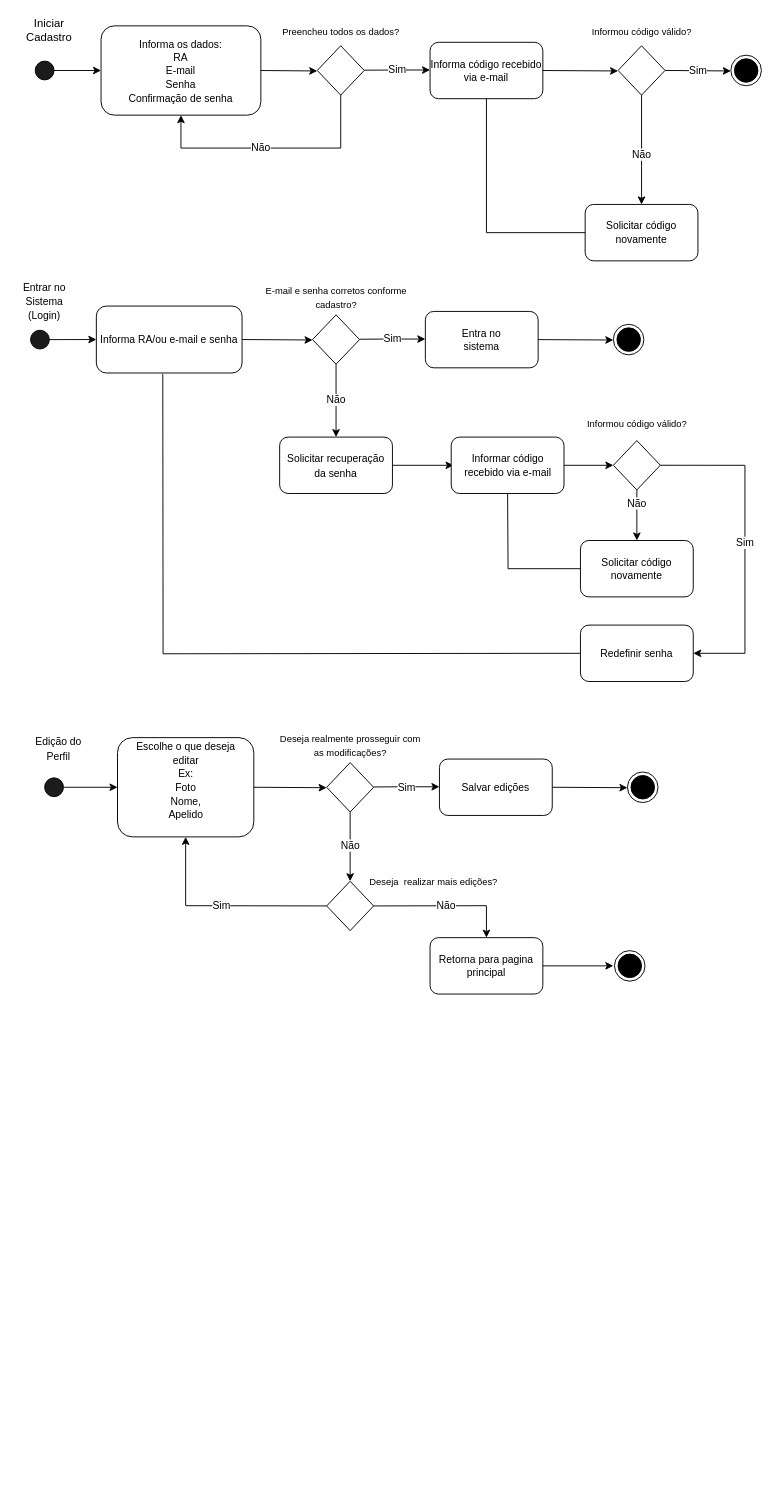
edueevaristo/atividade-fabricadeprojetos keeps this draw.io diagram as projeto/Diagrama sem nome.drawio. Above is the earlier version. Source tidied: cells renumbered, new cells numbered last; positions are measured from the earlier drawing's top-left corner, leaving out a move shared by most shapes. Both pictures are drawn from the tidied source at 94%, with x=0, y=0 at pixel (16, 16).
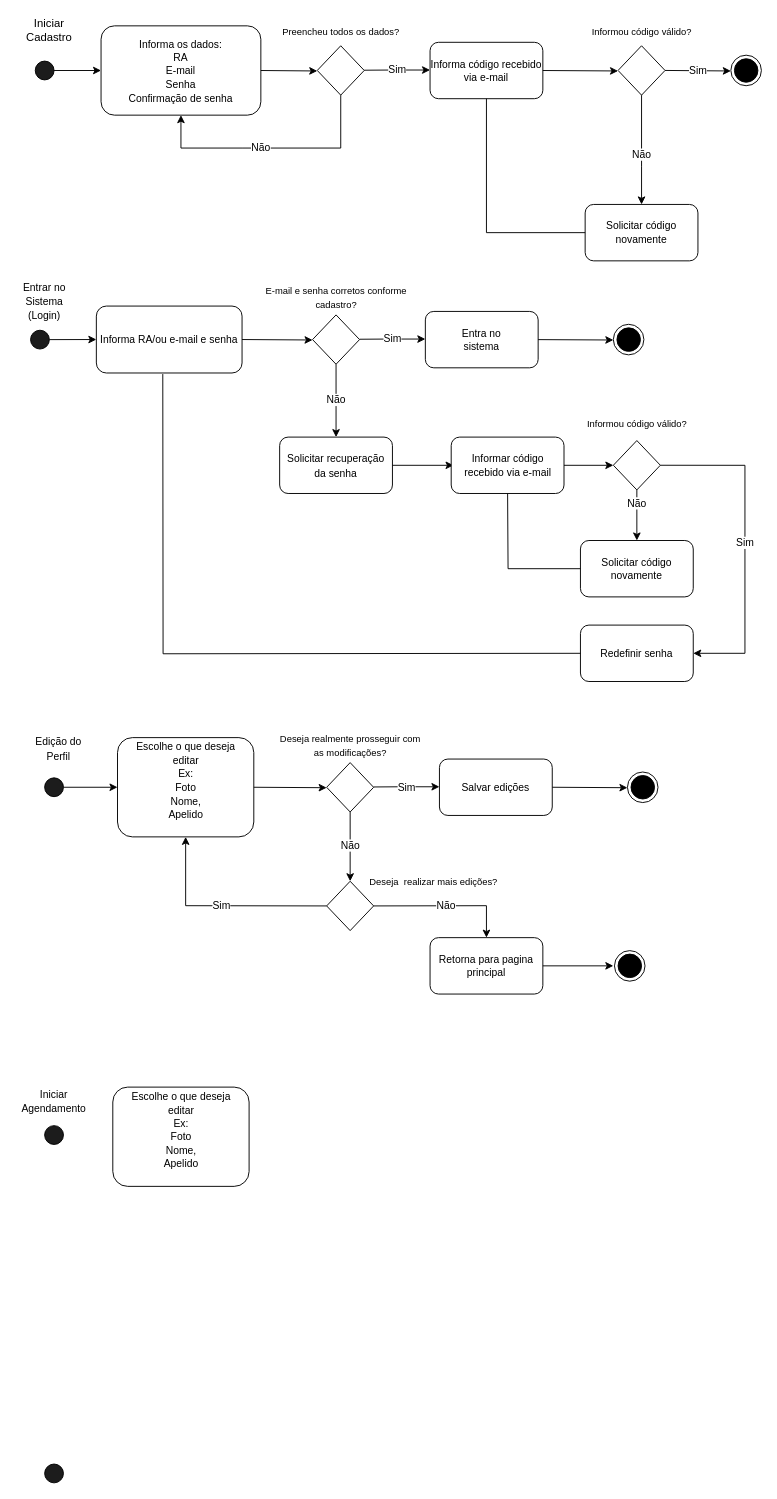
The same diagram, later.

What changed in the source:
```diff
@@
+    <mxCell id="67" style="ellipse;whiteSpace=wrap;html=1;fillColor=#1C1C1C;" parent="1" vertex="1">
+      <mxGeometry x="30" y="1180" width="20" height="20" as="geometry" />
+    </mxCell>
+    <mxCell id="68" style="ellipse;whiteSpace=wrap;html=1;fillColor=#1C1C1C;" parent="1" vertex="1">
+      <mxGeometry x="30" y="1540" width="20" height="20" as="geometry" />
+    </mxCell>
+    <mxCell id="69" value="&lt;span style=&quot;font-size: 11px;&quot;&gt;Iniciar Agendamento&lt;/span&gt;" style="text;strokeColor=none;align=center;fillColor=none;html=1;verticalAlign=middle;whiteSpace=wrap;rounded=0;" parent="1" vertex="1">
+      <mxGeometry x="10" y="1139" width="60" height="30" as="geometry" />
+    </mxCell>
+    <mxCell id="70" value="&lt;font style=&quot;font-size: 11px;&quot;&gt;Escolhe o que deseja&lt;br&gt;editar&lt;br&gt;Ex:&lt;br&gt;Foto&lt;br&gt;Nome,&lt;br&gt;Apelido&lt;br&gt;&lt;br&gt;&lt;/font&gt;" style="rounded=1;whiteSpace=wrap;html=1;" parent="1" vertex="1">
+      <mxGeometry x="102.5" y="1139" width="145" height="105.6" as="geometry" />
+    </mxCell>
```
